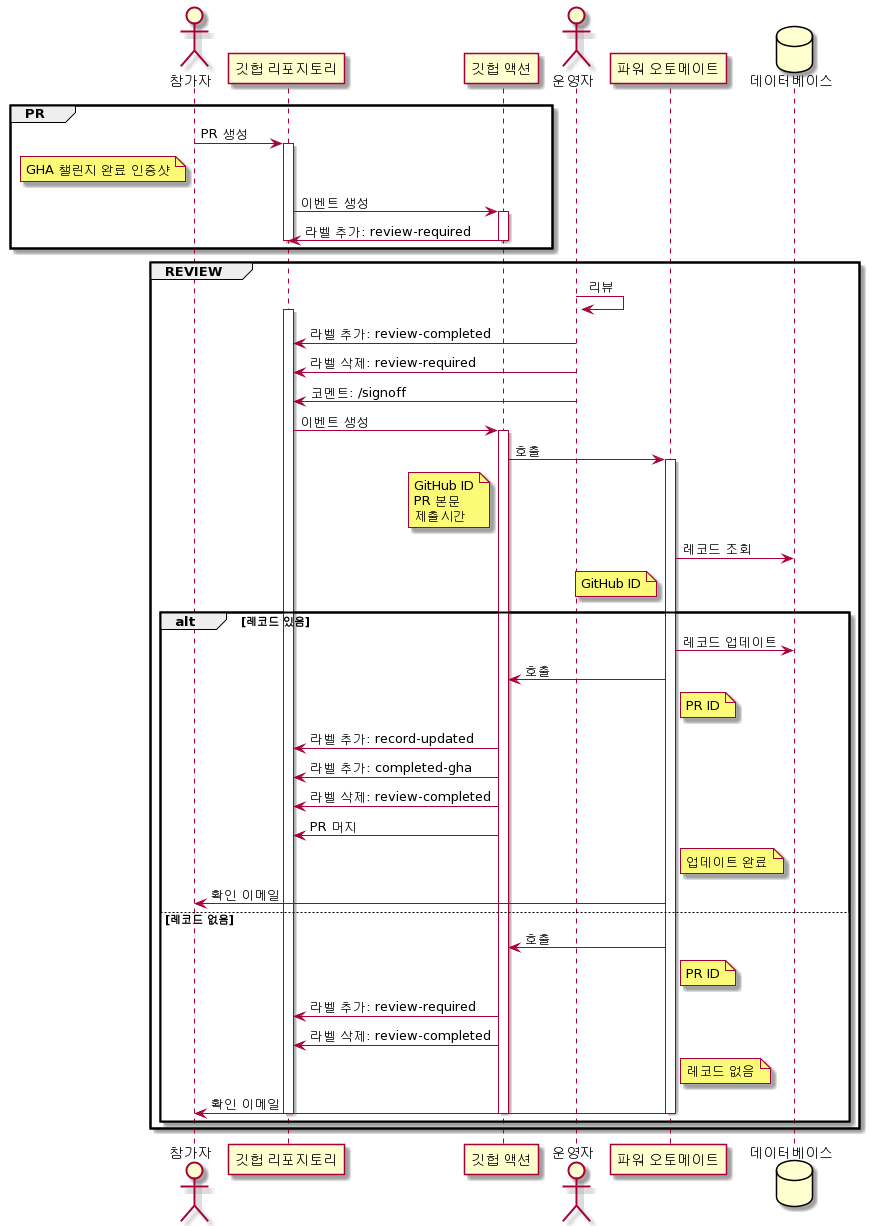
This is processes/challenge-gha.png from devrel-kr/HackaLearn, a PlantUML export, as it was before one commit. Its diagram source:
```plantuml
@startuml
actor 참가자 as P
participant "깃헙 리포지토리" as REPO
participant "깃헙 액션" as GHA
actor 운영자 as OP
participant "파워 오토메이트" as PA
database 데이터베이스 as DB

group PR
    P -> REPO: PR 생성
    note left of P
        GHA 챌린지 완료 인증샷
    end note

    activate REPO
    REPO -> GHA: 이벤트 생성
    activate GHA
    GHA -> REPO: 라벨 추가: review-required
    deactivate GHA
    deactivate REPO
end

group REVIEW
    OP -> OP: 리뷰

    activate REPO
    OP -> REPO: 라벨 추가: review-completed
    OP -> REPO: 라벨 삭제: review-required
    OP -> REPO: 코멘트: /signoff
    REPO -> GHA: 이벤트 생성

    activate GHA
    GHA -> PA: 호출
    note left of GHA
        GitHub ID
        PR 본문
        제출시간
    end note

    activate PA
    PA -> DB: 레코드 조회
    note left of PA
        GitHub ID
    end note

    alt 레코드 있음
        PA -> DB: 레코드 업데이트
        PA -> GHA: 호출
        note right of PA
            PR ID
        end note
        GHA -> REPO: 라벨 추가: record-updated
        GHA -> REPO: 라벨 추가: completed-gha
        GHA -> REPO: 라벨 삭제: review-completed
        GHA -> REPO: PR 머지
        note right of PA
            업데이트 완료
        end note
        PA -> P: 확인 이메일
    else 레코드 없음
        PA -> GHA: 호출
        note right of PA
            PR ID
        end note
        GHA -> REPO: 라벨 추가: review-required
        GHA -> REPO: 라벨 삭제: review-completed
        note right of PA
            레코드 없음
        end note
        PA -> P: 확인 이메일

        deactivate PA
        deactivate GHA
        deactivate REPO
    end
end
@enduml
```
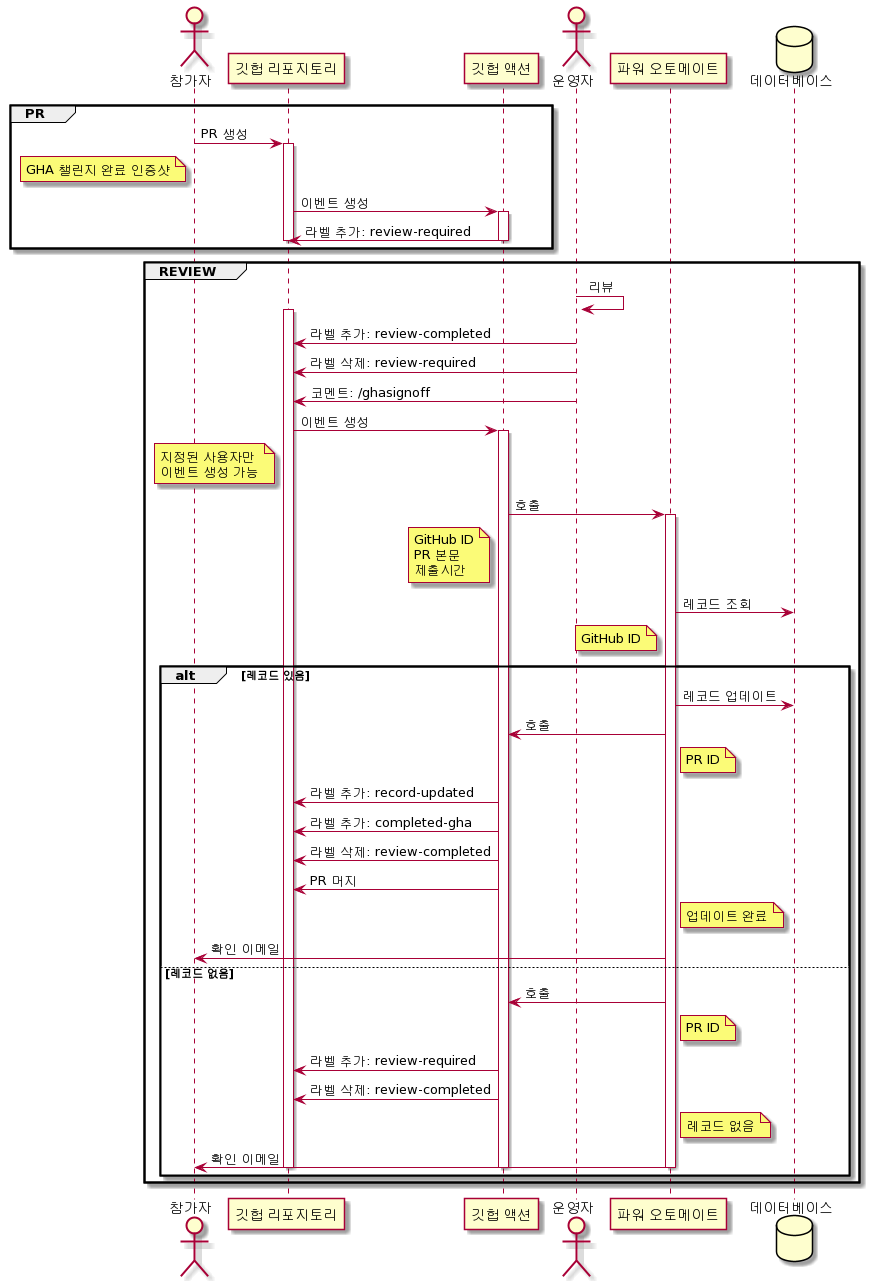
After the change.

Change to the diagram source:
```diff
@@ -26,8 +26,12 @@
     activate REPO
     OP -> REPO: 라벨 추가: review-completed
     OP -> REPO: 라벨 삭제: review-required
-    OP -> REPO: 코멘트: /signoff
+    OP -> REPO: 코멘트: /ghasignoff
     REPO -> GHA: 이벤트 생성
+    note left of REPO
+        지정된 사용자만
+        이벤트 생성 가능
+    end note
 
     activate GHA
     GHA -> PA: 호출
```
